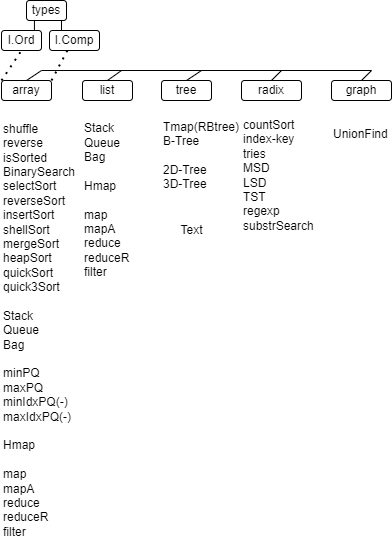
Above: pics/algos.png in kselnaag/algos (draw.io), before the change. Source tidied: cells renumbered, new cells last; positions are measured from the earlier drawing's top-left corner, leaving out a move shared by most shapes.
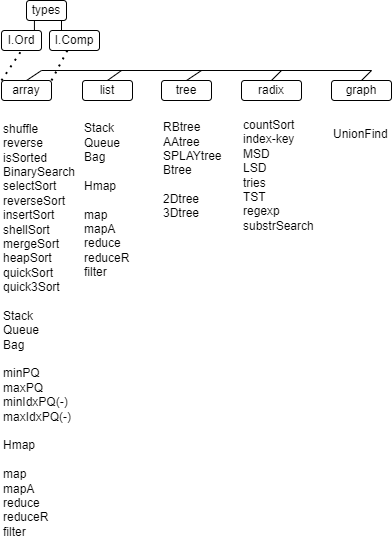
The same diagram one commit later.

Commit message:
add lazy del RBtree

Change to the diagram source:
```diff
@@ -23,11 +23,11 @@
     <mxCell id="8" value="Stack&lt;br&gt;Queue&lt;br&gt;Bag&lt;br&gt;&lt;br&gt;Hmap&lt;br&gt;&lt;br&gt;map&lt;br&gt;mapA&lt;br&gt;reduce&lt;br&gt;reduceR&lt;br&gt;filter" style="text;html=1;strokeColor=none;fillColor=none;align=left;verticalAlign=middle;whiteSpace=wrap;rounded=0;fontColor=#000000;" parent="1" vertex="1">
       <mxGeometry x="81" y="120" width="66" height="160" as="geometry" />
     </mxCell>
-    <mxCell id="9" value="countSort&lt;br&gt;index-key&lt;br&gt;tries&lt;br&gt;MSD&lt;br&gt;LSD&lt;br&gt;TST&lt;br&gt;regexp&lt;br&gt;substrSearch" style="text;html=1;strokeColor=none;fillColor=none;align=left;verticalAlign=middle;whiteSpace=wrap;rounded=0;fontColor=#000000;" parent="1" vertex="1">
+    <mxCell id="9" value="countSort&lt;br&gt;index-key&lt;br&gt;MSD&lt;br&gt;LSD&lt;br&gt;tries&lt;br&gt;TST&lt;br&gt;regexp&lt;br&gt;substrSearch" style="text;html=1;strokeColor=none;fillColor=none;align=left;verticalAlign=middle;whiteSpace=wrap;rounded=0;fontColor=#000000;" parent="1" vertex="1">
       <mxGeometry x="240" y="120" width="60" height="110" as="geometry" />
     </mxCell>
-    <mxCell id="10" value="Tmap(RBtree)&lt;br&gt;B-Tree&lt;br&gt;&lt;br&gt;2D-Tree&lt;br&gt;3D-Tree" style="text;html=1;strokeColor=none;fillColor=none;align=left;verticalAlign=middle;whiteSpace=wrap;rounded=0;fontColor=#000000;" parent="1" vertex="1">
-      <mxGeometry x="160" y="120" width="80" height="70" as="geometry" />
+    <mxCell id="10" value="RBtree&lt;br&gt;AAtree&lt;br&gt;SPLAYtree&lt;br&gt;Btree&lt;br&gt;&lt;br&gt;2Dtree&lt;br&gt;3Dtree" style="text;html=1;strokeColor=none;fillColor=none;align=left;verticalAlign=middle;whiteSpace=wrap;rounded=0;fontColor=#000000;" parent="1" vertex="1">
+      <mxGeometry x="160" y="120" width="70" height="100" as="geometry" />
     </mxCell>
     <mxCell id="11" value="types" style="rounded=1;whiteSpace=wrap;html=1;fillColor=none;strokeColor=#000000;fontColor=#000000;" parent="1" vertex="1">
       <mxGeometry x="25" width="40" height="20" as="geometry" />
@@ -61,7 +61,7 @@
       </mxGeometry>
     </mxCell>
     <mxCell id="17" value="UnionFind" style="text;whiteSpace=wrap;html=1;fontColor=#000000;" parent="1" vertex="1">
-      <mxGeometry x="330" y="120" width="60" height="160" as="geometry" />
+      <mxGeometry x="330" y="120" width="60" height="130" as="geometry" />
     </mxCell>
     <mxCell id="18" value="I.Ord" style="rounded=1;whiteSpace=wrap;html=1;fillColor=none;strokeColor=#000000;fontColor=#000000;" parent="1" vertex="1">
       <mxGeometry y="30" width="40" height="20" as="geometry" />
@@ -93,8 +93,5 @@
         <mxPoint x="370.1" y="70" as="targetPoint" />
       </mxGeometry>
     </mxCell>
-    <mxCell id="25" value="Text" style="text;html=1;align=center;verticalAlign=middle;strokeColor=none;fillColor=none;" parent="1" vertex="1">
-      <mxGeometry x="170" y="220" width="40" height="20" as="geometry" />
-    </mxCell>
   </root>
 </mxGraphModel>
```
